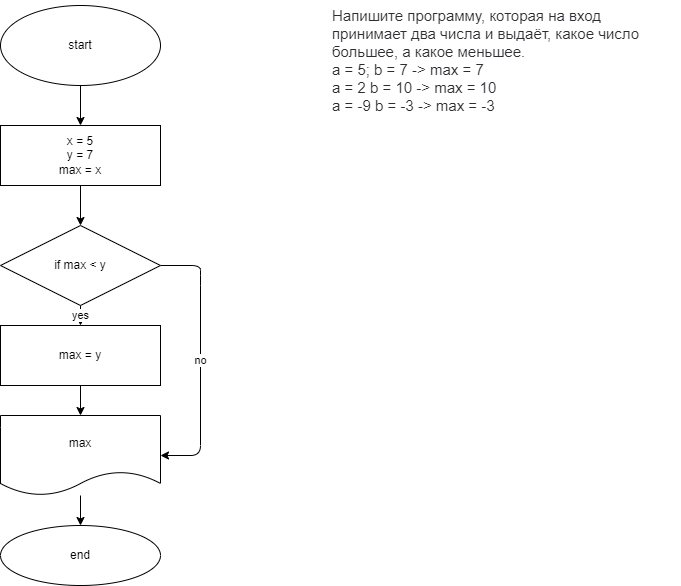
The draw.io diagram seminar1/homework01/task06/diagram.drawio.png in SavvaNatalija/csharp, before a commit. Source tidied: cells renumbered, new cells last; positions are measured from the earlier drawing's top-left corner, leaving out a move shared by most shapes.
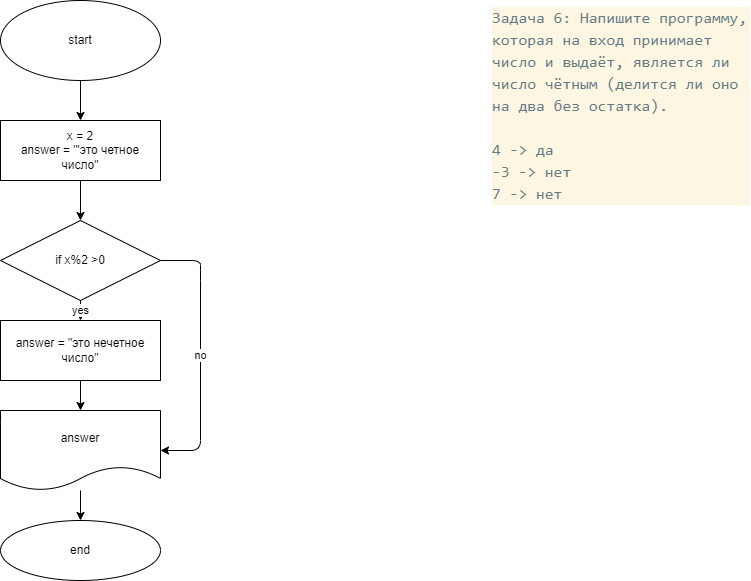
After the change.

Commit message:
третья задача домашнего задания

Diff of the diagram source:
```diff
@@ -8,13 +8,10 @@
     <mxCell id="3" value="start" style="ellipse;whiteSpace=wrap;html=1;" parent="1" vertex="1">
       <mxGeometry y="5" width="160" height="80" as="geometry" />
     </mxCell>
-    <mxCell id="4" value="&lt;p style=&quot;box-sizing: border-box; margin: 0px; font-weight: 400; color: rgb(44, 45, 48); font-family: roboto, &amp;quot;san francisco&amp;quot;, &amp;quot;helvetica neue&amp;quot;, helvetica, arial; font-size: 15px; font-style: normal; letter-spacing: normal; text-indent: 0px; text-transform: none; word-spacing: 0px; background-color: rgb(255, 255, 255);&quot;&gt;Напишите программу, которая на вход принимает два числа и выдаёт, какое число большее, а какое меньшее.&lt;/p&gt;&lt;p style=&quot;box-sizing: border-box; margin: 0px; font-weight: 400; color: rgb(44, 45, 48); font-family: roboto, &amp;quot;san francisco&amp;quot;, &amp;quot;helvetica neue&amp;quot;, helvetica, arial; font-size: 15px; font-style: normal; letter-spacing: normal; text-indent: 0px; text-transform: none; word-spacing: 0px; background-color: rgb(255, 255, 255);&quot;&gt;a = 5; b = 7 -&amp;gt; max = 7&lt;br style=&quot;box-sizing: border-box&quot;&gt;a = 2 b = 10 -&amp;gt; max = 10&lt;br style=&quot;box-sizing: border-box&quot;&gt;a = -9 b = -3 -&amp;gt; max = -3&lt;/p&gt;" style="text;whiteSpace=wrap;html=1;" parent="1" vertex="1">
-      <mxGeometry x="330" width="350" height="90" as="geometry" />
-    </mxCell>
     <mxCell id="5" style="edgeStyle=none;html=1;" parent="1" edge="1" source="6" target="9">
       <mxGeometry relative="1" as="geometry" />
     </mxCell>
-    <mxCell id="6" value="x = 5&lt;br&gt;y = 7&lt;br&gt;max = x" style="whiteSpace=wrap;html=1;" parent="1" vertex="1">
+    <mxCell id="6" value="x = 2&lt;br&gt;answer = &quot;'это четное число&quot;" style="whiteSpace=wrap;html=1;" parent="1" vertex="1">
       <mxGeometry y="125" width="160" height="60" as="geometry" />
     </mxCell>
     <mxCell id="7" value="yes" style="edgeStyle=none;html=1;" parent="1" edge="1" source="9" target="11">
@@ -29,23 +26,26 @@
         </Array>
       </mxGeometry>
     </mxCell>
-    <mxCell id="9" value="if max &amp;lt; y" style="rhombus;whiteSpace=wrap;html=1;" parent="1" vertex="1">
+    <mxCell id="9" value="if x%2 &amp;gt;0" style="rhombus;whiteSpace=wrap;html=1;" parent="1" vertex="1">
       <mxGeometry y="225" width="160" height="80" as="geometry" />
     </mxCell>
     <mxCell id="10" style="edgeStyle=none;html=1;" parent="1" edge="1" source="11" target="13">
       <mxGeometry relative="1" as="geometry" />
     </mxCell>
-    <mxCell id="11" value="max = y" style="whiteSpace=wrap;html=1;" parent="1" vertex="1">
+    <mxCell id="11" value="answer = &quot;это нечетное число&quot;" style="whiteSpace=wrap;html=1;" parent="1" vertex="1">
       <mxGeometry y="325" width="160" height="60" as="geometry" />
     </mxCell>
     <mxCell id="12" style="edgeStyle=none;html=1;" parent="1" edge="1" source="13" target="14">
       <mxGeometry relative="1" as="geometry" />
     </mxCell>
-    <mxCell id="13" value="max" style="shape=document;whiteSpace=wrap;html=1;boundedLbl=1;" parent="1" vertex="1">
+    <mxCell id="13" value="answer" style="shape=document;whiteSpace=wrap;html=1;boundedLbl=1;" parent="1" vertex="1">
       <mxGeometry y="415" width="160" height="80" as="geometry" />
     </mxCell>
     <mxCell id="14" value="end" style="ellipse;whiteSpace=wrap;html=1;" parent="1" vertex="1">
       <mxGeometry y="525" width="160" height="60" as="geometry" />
     </mxCell>
+    <mxCell id="15" value="&lt;div style=&quot;color: rgb(101, 123, 131); background-color: rgb(253, 246, 227); font-family: consolas, &amp;quot;courier new&amp;quot;, monospace; font-weight: normal; font-size: 16px; line-height: 22px;&quot;&gt;&lt;div&gt;&lt;span style=&quot;color: #657b83&quot;&gt;Задача 6: Напишите программу, которая на вход принимает число и выдаёт, является ли число чётным (делится ли оно на два без остатка).&lt;/span&gt;&lt;/div&gt;&lt;br&gt;&lt;div&gt;&lt;span style=&quot;color: #657b83&quot;&gt;4 -&amp;gt; да&lt;/span&gt;&lt;/div&gt;&lt;div&gt;&lt;span style=&quot;color: #657b83&quot;&gt;-3 -&amp;gt; нет&lt;/span&gt;&lt;/div&gt;&lt;div&gt;&lt;span style=&quot;color: #657b83&quot;&gt;7 -&amp;gt; нет&lt;/span&gt;&lt;/div&gt;&lt;/div&gt;" style="text;whiteSpace=wrap;html=1;" parent="1" vertex="1">
+      <mxGeometry x="490" y="5" width="260" height="170" as="geometry" />
+    </mxCell>
   </root>
 </mxGraphModel>
```
